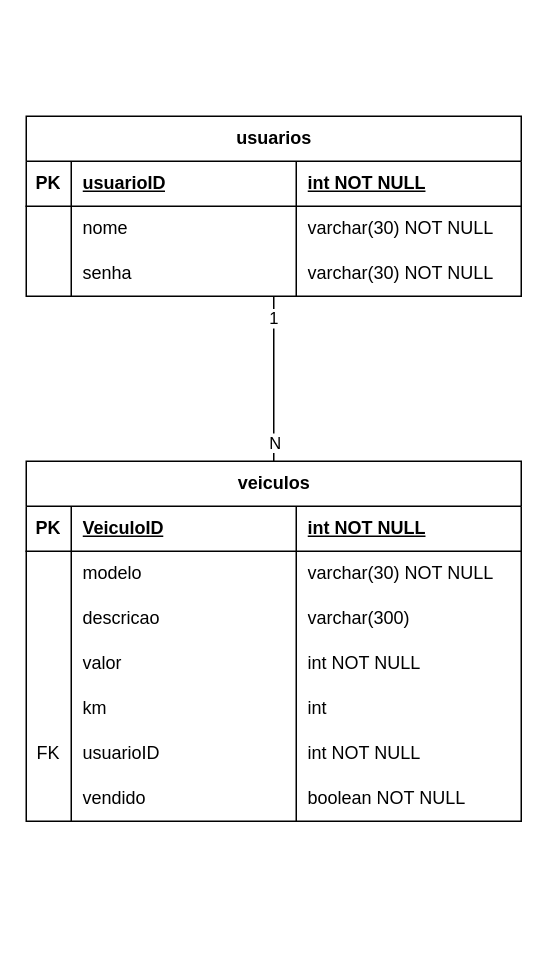
Above: documents/diagrama_entidades.drawio in Lucas-RDV/p2-desenvolvimento-web1 (draw.io), before the change. Source tidied: cells renumbered, new cells numbered last; positions are measured from the earlier drawing's top-left corner, leaving out a move shared by most shapes. Both pictures are drawn from the tidied source at 150%, with x=0, y=0 at pixel (26, 116).
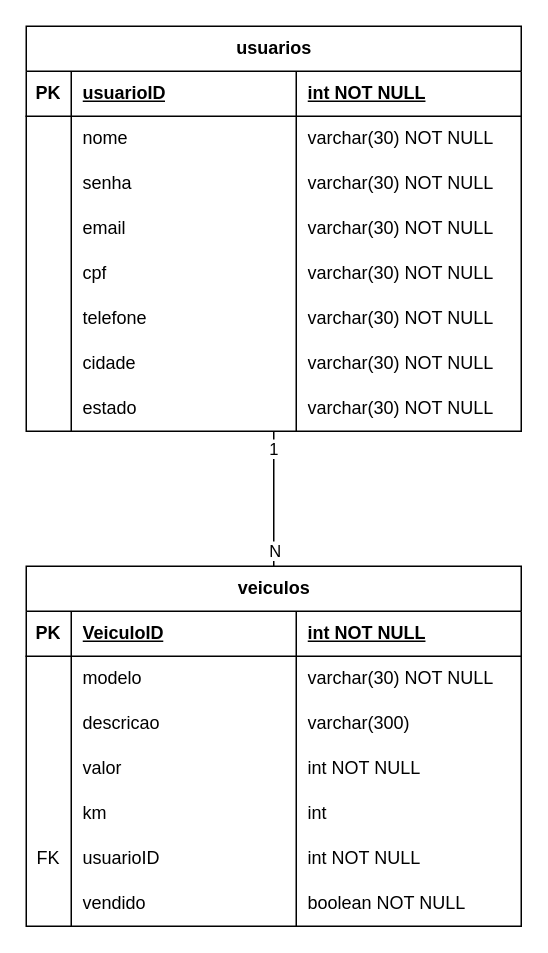
After the change.

The edit, as a diff of the source:
```diff
@@
     <mxCell id="5" value="usuarios" style="shape=table;startSize=30;childLayout=tableLayout;rowLines=0;fontStyle=1;align=center;html=1;" parent="1" vertex="1">
-      <mxGeometry width="330" height="120" as="geometry" />
+      <mxGeometry y="-60" width="330" height="270" as="geometry" />
     </mxCell>
@@
+    <mxCell id="47" style="shape=tableRow;horizontal=0;startSize=0;swimlaneHead=0;swimlaneBody=0;fillColor=none;top=0;left=0;right=0;bottom=0;" parent="5" vertex="1">
+      <mxGeometry y="120" width="330" height="30" as="geometry" />
+    </mxCell>
+    <mxCell id="48" style="shape=partialRectangle;fillColor=none;top=0;left=0;bottom=0;right=0;overflow=hidden;whiteSpace=wrap;html=1;" parent="47" vertex="1">
+      <mxGeometry width="30" height="30" as="geometry" />
+    </mxCell>
+    <mxCell id="49" value="email" style="shape=partialRectangle;fillColor=none;top=0;left=0;bottom=0;right=0;align=left;spacingLeft=6;overflow=hidden;whiteSpace=wrap;html=1;" parent="47" vertex="1">
+      <mxGeometry x="30" width="150" height="30" as="geometry" />
+    </mxCell>
+    <mxCell id="50" value="varchar(30) NOT NULL" style="shape=partialRectangle;fillColor=none;top=0;left=0;bottom=0;right=0;align=left;spacingLeft=6;overflow=hidden;whiteSpace=wrap;html=1;" parent="47" vertex="1">
+      <mxGeometry x="180" width="150" height="30" as="geometry" />
+    </mxCell>
+    <mxCell id="51" style="shape=tableRow;horizontal=0;startSize=0;swimlaneHead=0;swimlaneBody=0;fillColor=none;top=0;left=0;right=0;bottom=0;" parent="5" vertex="1">
+      <mxGeometry y="150" width="330" height="30" as="geometry" />
+    </mxCell>
+    <mxCell id="52" style="shape=partialRectangle;fillColor=none;top=0;left=0;bottom=0;right=0;overflow=hidden;whiteSpace=wrap;html=1;" parent="51" vertex="1">
+      <mxGeometry width="30" height="30" as="geometry" />
+    </mxCell>
+    <mxCell id="53" value="cpf" style="shape=partialRectangle;fillColor=none;top=0;left=0;bottom=0;right=0;align=left;spacingLeft=6;overflow=hidden;whiteSpace=wrap;html=1;" parent="51" vertex="1">
+      <mxGeometry x="30" width="150" height="30" as="geometry" />
+    </mxCell>
+    <mxCell id="54" value="varchar(30) NOT NULL" style="shape=partialRectangle;fillColor=none;top=0;left=0;bottom=0;right=0;align=left;spacingLeft=6;overflow=hidden;whiteSpace=wrap;html=1;" parent="51" vertex="1">
+      <mxGeometry x="180" width="150" height="30" as="geometry" />
+    </mxCell>
+    <mxCell id="55" style="shape=tableRow;horizontal=0;startSize=0;swimlaneHead=0;swimlaneBody=0;fillColor=none;top=0;left=0;right=0;bottom=0;" parent="5" vertex="1">
+      <mxGeometry y="180" width="330" height="30" as="geometry" />
+    </mxCell>
+    <mxCell id="56" style="shape=partialRectangle;fillColor=none;top=0;left=0;bottom=0;right=0;overflow=hidden;whiteSpace=wrap;html=1;" parent="55" vertex="1">
+      <mxGeometry width="30" height="30" as="geometry" />
+    </mxCell>
+    <mxCell id="57" value="telefone" style="shape=partialRectangle;fillColor=none;top=0;left=0;bottom=0;right=0;align=left;spacingLeft=6;overflow=hidden;whiteSpace=wrap;html=1;" parent="55" vertex="1">
+      <mxGeometry x="30" width="150" height="30" as="geometry" />
+    </mxCell>
+    <mxCell id="58" value="varchar(30) NOT NULL" style="shape=partialRectangle;fillColor=none;top=0;left=0;bottom=0;right=0;align=left;spacingLeft=6;overflow=hidden;whiteSpace=wrap;html=1;" parent="55" vertex="1">
+      <mxGeometry x="180" width="150" height="30" as="geometry" />
+    </mxCell>
+    <mxCell id="59" style="shape=tableRow;horizontal=0;startSize=0;swimlaneHead=0;swimlaneBody=0;fillColor=none;top=0;left=0;right=0;bottom=0;" parent="5" vertex="1">
+      <mxGeometry y="210" width="330" height="30" as="geometry" />
+    </mxCell>
+    <mxCell id="60" style="shape=partialRectangle;fillColor=none;top=0;left=0;bottom=0;right=0;overflow=hidden;whiteSpace=wrap;html=1;" parent="59" vertex="1">
+      <mxGeometry width="30" height="30" as="geometry" />
+    </mxCell>
+    <mxCell id="61" value="cidade" style="shape=partialRectangle;fillColor=none;top=0;left=0;bottom=0;right=0;align=left;spacingLeft=6;overflow=hidden;whiteSpace=wrap;html=1;" parent="59" vertex="1">
+      <mxGeometry x="30" width="150" height="30" as="geometry" />
+    </mxCell>
+    <mxCell id="62" value="varchar(30) NOT NULL" style="shape=partialRectangle;fillColor=none;top=0;left=0;bottom=0;right=0;align=left;spacingLeft=6;overflow=hidden;whiteSpace=wrap;html=1;" parent="59" vertex="1">
+      <mxGeometry x="180" width="150" height="30" as="geometry" />
+    </mxCell>
+    <mxCell id="63" style="shape=tableRow;horizontal=0;startSize=0;swimlaneHead=0;swimlaneBody=0;fillColor=none;top=0;left=0;right=0;bottom=0;" parent="5" vertex="1">
+      <mxGeometry y="240" width="330" height="30" as="geometry" />
+    </mxCell>
+    <mxCell id="64" style="shape=partialRectangle;fillColor=none;top=0;left=0;bottom=0;right=0;overflow=hidden;whiteSpace=wrap;html=1;" parent="63" vertex="1">
+      <mxGeometry width="30" height="30" as="geometry" />
+    </mxCell>
+    <mxCell id="65" value="&lt;div&gt;estado&lt;/div&gt;" style="shape=partialRectangle;fillColor=none;top=0;left=0;bottom=0;right=0;align=left;spacingLeft=6;overflow=hidden;whiteSpace=wrap;html=1;" parent="63" vertex="1">
+      <mxGeometry x="30" width="150" height="30" as="geometry" />
+    </mxCell>
+    <mxCell id="66" value="varchar(30) NOT NULL" style="shape=partialRectangle;fillColor=none;top=0;left=0;bottom=0;right=0;align=left;spacingLeft=6;overflow=hidden;whiteSpace=wrap;html=1;" parent="63" vertex="1">
+      <mxGeometry x="180" width="150" height="30" as="geometry" />
+    </mxCell>
     <mxCell id="18" value="veiculos" style="shape=table;startSize=30;childLayout=tableLayout;rowLines=0;fontStyle=1;align=center;html=1;" parent="1" vertex="1">
-      <mxGeometry y="230" width="330" height="240" as="geometry" />
+      <mxGeometry y="300" width="330" height="240" as="geometry" />
     </mxCell>
```
